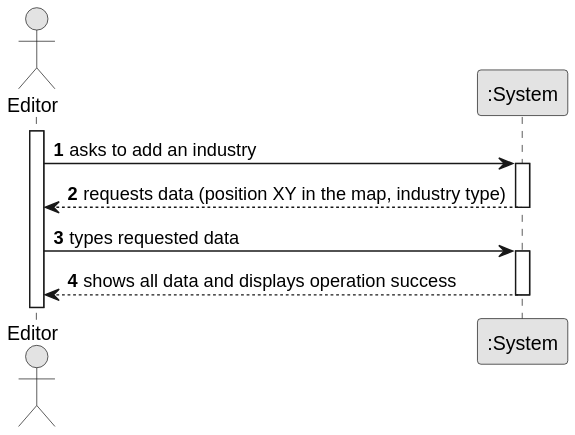
This is docs/sprint2/us002/01.requirements-engineering/svg/us002-system-sequence-diagram.svg from ivasduarte/all-aboard, a PlantUML export, as it was before one commit.
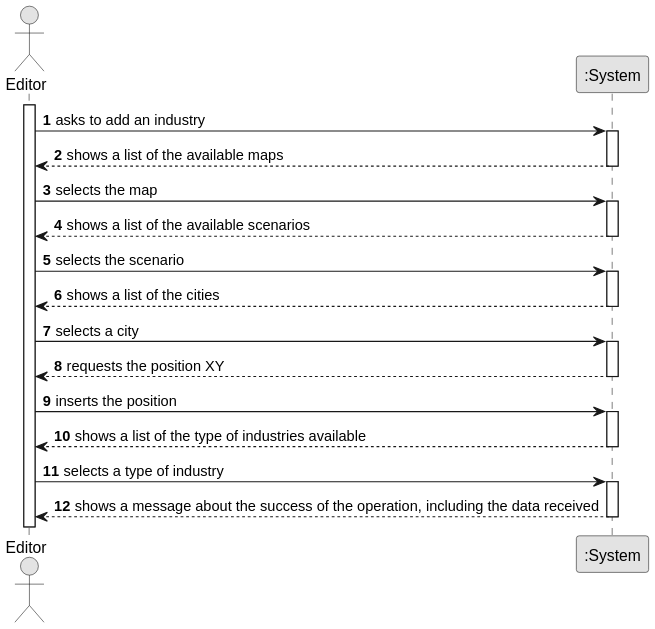
After the change.

What changed in the source:
```diff
@@ -13,13 +13,36 @@
     Editor -> System : asks to add an industry
     activate System
 
-
-    System --> Editor : requests data (position XY in the map, industry type)
+    System --> Editor : shows a list of the available maps
     deactivate System
 
-    Editor -> System : types requested data
+    Editor -> System : selects the map
     activate System
 
-    System --> Editor : shows all data and displays operation success
+    System --> Editor : shows a list of the available scenarios
+    deactivate System
+
+    Editor -> System : selects the scenario
+    activate System
+
+    System --> Editor : shows a list of the cities
+    deactivate System
+
+    Editor -> System : selects a city
+    activate System
+
+    System --> Editor : requests the position XY
+    deactivate System
+
+    Editor -> System : inserts the position
+    activate System
+
+    System --> Editor : shows a list of the type of industries available
+    deactivate System
+
+    Editor -> System : selects a type of industry
+    activate System
+
+    System --> Editor : shows a message about the success of the operation, including the data received
     deactivate System
 @enduml
```
